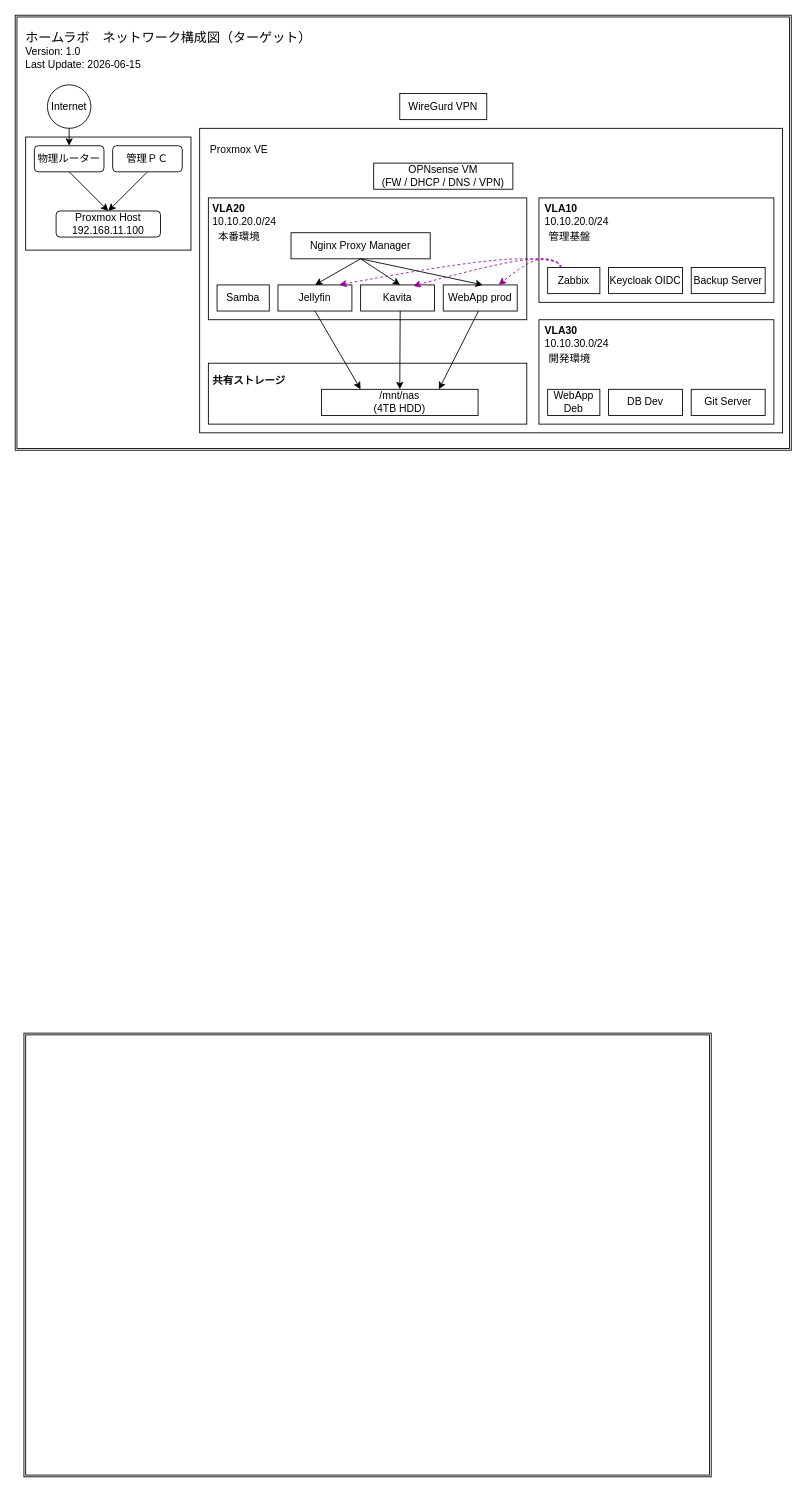
tkt0528/homelab keeps this draw.io diagram as diagrams/target-network.drawio. Above is the earlier version. Source tidied: cells renumbered, new cells numbered last; positions are measured from the earlier drawing's top-left corner, leaving out a move shared by most shapes. Both pictures are drawn from the tidied source at 87%, with x=0, y=0 at pixel (15, 15).
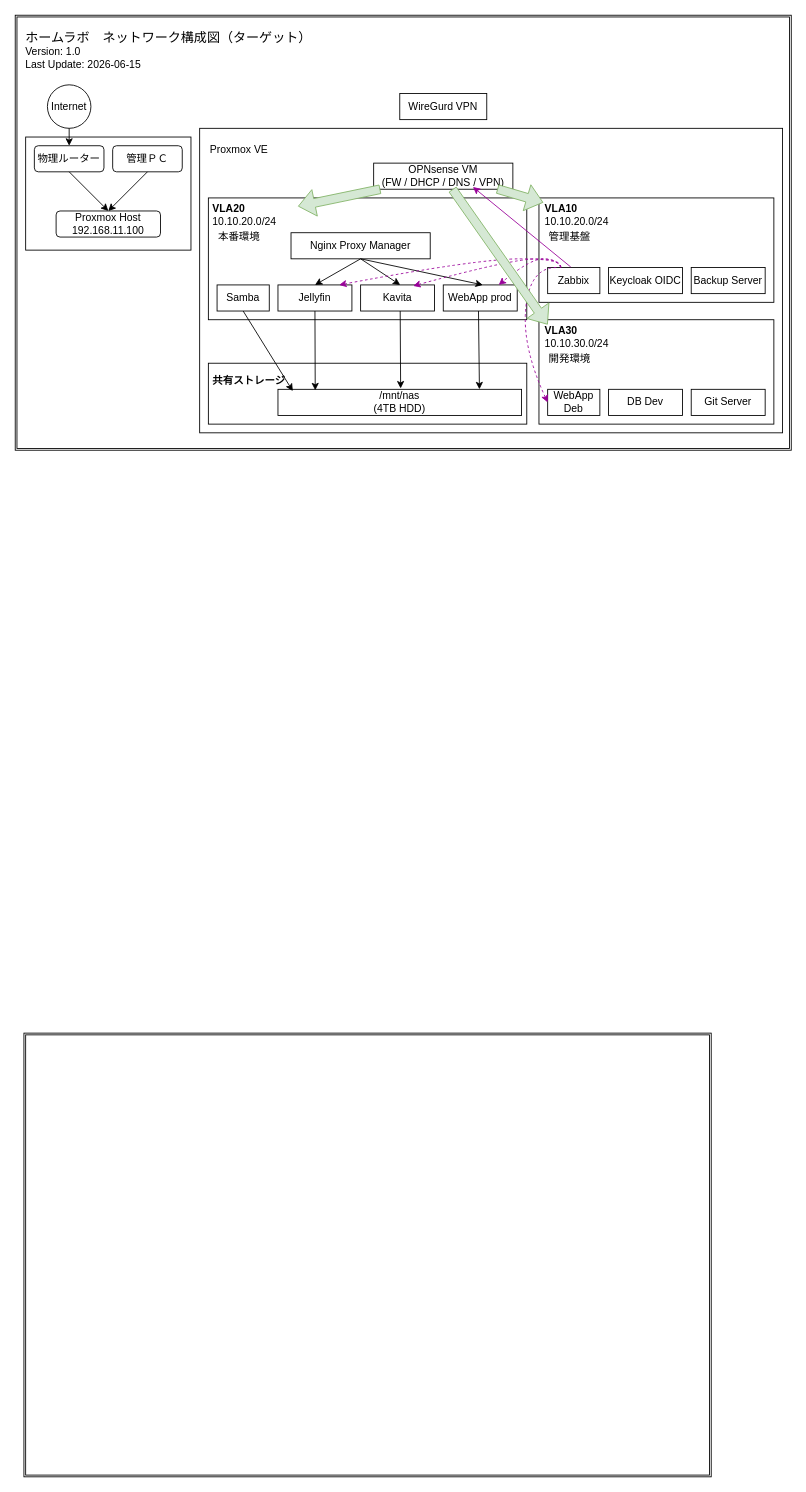
The same page after the edit.

Commit message:
Update target network

The change refers to these unchanged cells:
```xml
<mxCell id="16" value="OPNsense VM&lt;div&gt;(FW / DHCP / DNS / VPN)&lt;/div&gt;" style="rounded=0;whiteSpace=wrap;html=1;" parent="1" vertex="1">
  <mxGeometry x="412" y="170" width="160" height="30" as="geometry" />
</mxCell>
<mxCell id="18" value="&lt;b&gt;VLA20&lt;/b&gt;&amp;nbsp;&lt;div&gt;10.10.20.0/24&lt;/div&gt;" style="text;html=1;align=left;verticalAlign=middle;points=[];strokeColor=none;fillColor=none;" parent="1" vertex="1">
  <mxGeometry x="225" y="210" width="100" height="40" as="geometry" />
</mxCell>
<mxCell id="20" value="&lt;b&gt;VLA10&lt;/b&gt;&lt;div&gt;10.10.20.0/24&lt;/div&gt;" style="text;html=1;align=left;verticalAlign=middle;points=[];strokeColor=none;fillColor=none;" parent="1" vertex="1">
  <mxGeometry x="607" y="210" width="100" height="40" as="geometry" />
</mxCell>
<mxCell id="24" value="Jellyfin" style="rounded=0;whiteSpace=wrap;html=1;" parent="1" vertex="1">
  <mxGeometry x="302" y="310" width="85" height="30" as="geometry" />
</mxCell>
<mxCell id="25" value="Samba" style="rounded=0;whiteSpace=wrap;html=1;" parent="1" vertex="1">
  <mxGeometry x="232" y="310" width="60" height="30" as="geometry" />
</mxCell>
<mxCell id="29" value="Zabbix" style="rounded=0;whiteSpace=wrap;html=1;" parent="1" vertex="1">
  <mxGeometry x="612" y="290" width="60" height="30" as="geometry" />
</mxCell>
<mxCell id="37" value="WebApp Deb" style="rounded=0;whiteSpace=wrap;html=1;" parent="1" vertex="1">
  <mxGeometry x="612" y="430" width="60" height="30" as="geometry" />
</mxCell>
```

The edit, as a diff of the source:
```diff
@@
     <mxCell id="42" value="/mnt/nas&lt;div&gt;(4TB HDD)&lt;/div&gt;" style="rounded=0;whiteSpace=wrap;html=1;" parent="1" vertex="1">
-      <mxGeometry x="352" y="430" width="180" height="30" as="geometry" />
+      <mxGeometry x="302" y="430" width="280" height="30" as="geometry" />
     </mxCell>
-    <mxCell id="43" style="endArrow=classic;html=1;entryX=0.25;entryY=0;entryDx=0;entryDy=0;exitX=0.5;exitY=1;exitDx=0;exitDy=0;" parent="1" edge="1" source="24" target="42">
+    <mxCell id="43" style="endArrow=classic;html=1;entryX=0.153;entryY=0.038;entryDx=0;entryDy=0;exitX=0.5;exitY=1;exitDx=0;exitDy=0;entryPerimeter=0;" parent="1" edge="1" source="24" target="42">
       <mxGeometry relative="1" as="geometry" />
     </mxCell>
-    <mxCell id="44" style="endArrow=classic;html=1;entryX=0.5;entryY=0;entryDx=0;entryDy=0;exitX=0.5;exitY=1;exitDx=0;exitDy=0;" parent="1" edge="1" target="42">
+    <mxCell id="44" style="endArrow=classic;html=1;exitX=0.5;exitY=1;exitDx=0;exitDy=0;" parent="1" edge="1">
       <mxGeometry relative="1" as="geometry">
         <mxPoint x="442.5" y="340" as="sourcePoint" />
+        <mxPoint x="443" y="429" as="targetPoint" />
       </mxGeometry>
     </mxCell>
-    <mxCell id="45" style="endArrow=classic;html=1;entryX=0.75;entryY=0;entryDx=0;entryDy=0;exitX=0.5;exitY=1;exitDx=0;exitDy=0;" parent="1" edge="1" target="42">
+    <mxCell id="45" style="endArrow=classic;html=1;entryX=0.827;entryY=0;entryDx=0;entryDy=0;exitX=0.5;exitY=1;exitDx=0;exitDy=0;entryPerimeter=0;" parent="1" edge="1" target="42">
       <mxGeometry relative="1" as="geometry">
         <mxPoint x="532.5" y="340" as="sourcePoint" />
       </mxGeometry>
     </mxCell>
@@
+    <mxCell id="49" style="curved=1;endArrow=classic;html=1;entryX=0;entryY=0.5;entryDx=0;entryDy=0;dashed=1;strokeColor=#990099;" parent="1" edge="1" target="37">
+      <mxGeometry relative="1" as="geometry">
+        <mxPoint x="622" y="290" as="sourcePoint" />
+        <Array as="points">
+          <mxPoint x="622" y="290" />
+          <mxPoint x="592" y="290" />
+          <mxPoint x="582" y="380" />
+        </Array>
+      </mxGeometry>
+    </mxCell>
+    <mxCell id="50" style="shape=flexArrow;endArrow=classic;html=1;fillColor=#d5e8d4;strokeColor=#82b366;" parent="1" edge="1" source="16" target="18">
+      <mxGeometry relative="1" as="geometry" />
+    </mxCell>
+    <mxCell id="51" style="shape=flexArrow;endArrow=classic;html=1;exitX=0.888;exitY=0.99;exitDx=0;exitDy=0;exitPerimeter=0;fillColor=#d5e8d4;strokeColor=#82b366;" parent="1" edge="1" source="16" target="20">
+      <mxGeometry relative="1" as="geometry" />
+    </mxCell>
+    <mxCell id="52" style="shape=flexArrow;endArrow=classic;html=1;entryX=-0.016;entryY=0.529;entryDx=0;entryDy=0;entryPerimeter=0;fillColor=#d5e8d4;strokeColor=#82b366;" parent="1" edge="1" source="16">
+      <mxGeometry relative="1" as="geometry">
+        <mxPoint x="612" y="355.6" as="targetPoint" />
+      </mxGeometry>
+    </mxCell>
+    <mxCell id="53" style="endArrow=classic;html=1;exitX=0.443;exitY=-0.019;exitDx=0;exitDy=0;entryX=0.713;entryY=0.914;entryDx=0;entryDy=0;entryPerimeter=0;exitPerimeter=0;fillColor=#e1d5e7;strokeColor=#990099;" parent="1" edge="1" source="29" target="16">
+      <mxGeometry relative="1" as="geometry" />
+    </mxCell>
+    <mxCell id="54" style="endArrow=classic;html=1;entryX=0.061;entryY=0.067;entryDx=0;entryDy=0;exitX=0.5;exitY=1;exitDx=0;exitDy=0;entryPerimeter=0;" parent="1" edge="1" source="25" target="42">
+      <mxGeometry relative="1" as="geometry" />
+    </mxCell>
```
